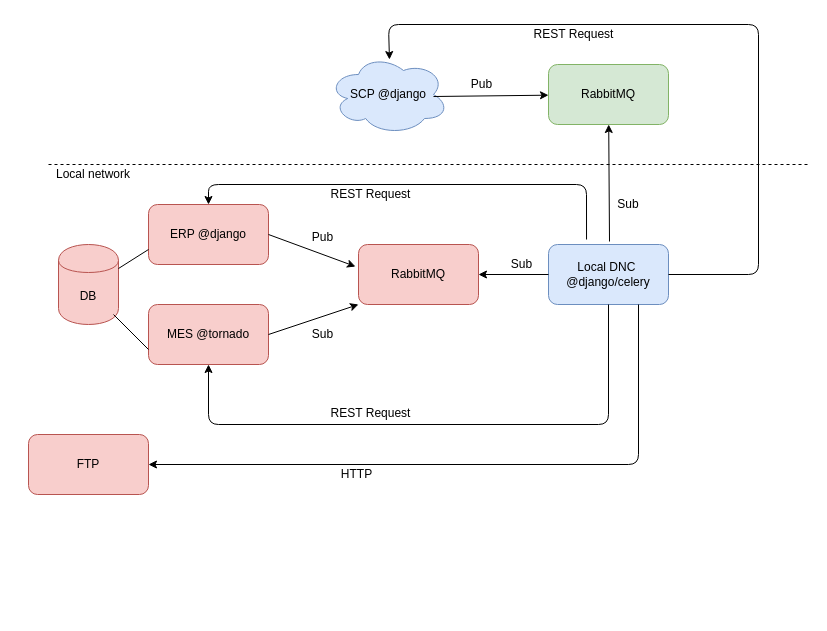
Before: cloud-local.drawio in sf-test/org-repo, a draw.io diagram. Source tidied: cells renumbered, new cells numbered last; positions are measured from the earlier drawing's top-left corner, leaving out a move shared by most shapes. Both pictures are drawn from the tidied source at 100%, with x=0, y=0 at pixel (28, 24).
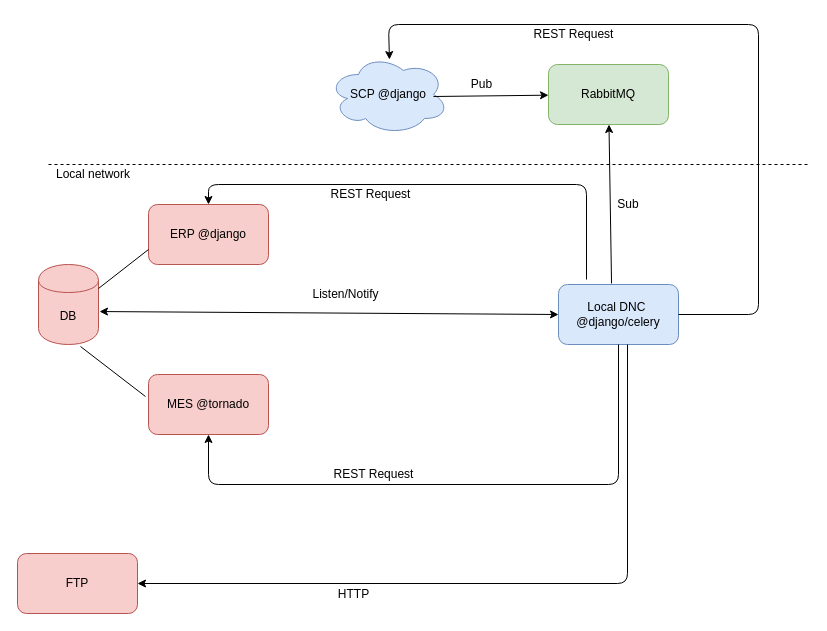
The same diagram, later.

Unchanged cells that the change refers to:
```xml
<mxCell id="4" value="SCP @django" style="ellipse;shape=cloud;whiteSpace=wrap;html=1;fillColor=#dae8fc;strokeColor=#6c8ebf;" parent="1" vertex="1">
  <mxGeometry x="300" y="30" width="120" height="80" as="geometry" />
</mxCell>
<mxCell id="5" value="RabbitMQ" style="rounded=1;whiteSpace=wrap;html=1;fillColor=#d5e8d4;strokeColor=#82b366;" parent="1" vertex="1">
  <mxGeometry x="520" y="40" width="120" height="60" as="geometry" />
</mxCell>
<mxCell id="6" value="ERP @django" style="rounded=1;whiteSpace=wrap;html=1;fillColor=#f8cecc;strokeColor=#b85450;" parent="1" vertex="1">
  <mxGeometry x="120" y="180" width="120" height="60" as="geometry" />
</mxCell>
```

Change to the diagram source:
```diff
@@
     <mxCell id="7" value="MES @tornado" style="rounded=1;whiteSpace=wrap;html=1;fillColor=#f8cecc;strokeColor=#b85450;" parent="1" vertex="1">
-      <mxGeometry x="120" y="280" width="120" height="60" as="geometry" />
+      <mxGeometry x="120" y="350" width="120" height="60" as="geometry" />
     </mxCell>
     <mxCell id="8" value="DB" style="shape=cylinder;whiteSpace=wrap;html=1;boundedLbl=1;backgroundOutline=1;fillColor=#f8cecc;strokeColor=#b85450;" parent="1" vertex="1">
-      <mxGeometry x="30" y="220" width="60" height="80" as="geometry" />
+      <mxGeometry x="10" y="240" width="60" height="80" as="geometry" />
     </mxCell>
@@
-    <mxCell id="10" style="endArrow=none;html=1;exitX=0;exitY=0.75;exitDx=0;exitDy=0;" parent="1" edge="1" source="7">
-      <mxGeometry relative="1" as="geometry">
-        <mxPoint x="85" y="290" as="targetPoint" />
-      </mxGeometry>
-    </mxCell>
     <mxCell id="11" value="Local DNC&amp;nbsp; @django/celery" style="rounded=1;whiteSpace=wrap;html=1;fillColor=#dae8fc;strokeColor=#6c8ebf;" parent="1" vertex="1">
-      <mxGeometry x="520" y="220" width="120" height="60" as="geometry" />
+      <mxGeometry x="530" y="260" width="120" height="60" as="geometry" />
     </mxCell>
-    <mxCell id="12" value="RabbitMQ" style="rounded=1;whiteSpace=wrap;html=1;fillColor=#f8cecc;strokeColor=#b85450;" parent="1" vertex="1">
-      <mxGeometry x="330" y="220" width="120" height="60" as="geometry" />
-    </mxCell>
-    <mxCell id="13" style="endArrow=classic;html=1;entryX=-0.025;entryY=0.367;entryDx=0;entryDy=0;entryPerimeter=0;" parent="1" edge="1" target="12">
-      <mxGeometry relative="1" as="geometry">
-        <mxPoint x="240" y="210" as="sourcePoint" />
-      </mxGeometry>
-    </mxCell>
-    <mxCell id="14" value="Pub" style="text;html=1;align=center;verticalAlign=middle;" parent="1" vertex="1">
-      <mxGeometry x="274" y="203" width="40" height="20" as="geometry" />
-    </mxCell>
-    <mxCell id="15" value="Sub" style="text;html=1;align=center;verticalAlign=middle;" parent="1" vertex="1">
-      <mxGeometry x="274" y="300" width="40" height="20" as="geometry" />
+    <mxCell id="15" value="Listen/Notify" style="text;html=1;align=center;verticalAlign=middle;" parent="1" vertex="1">
+      <mxGeometry x="272" y="260" width="90" height="20" as="geometry" />
     </mxCell>
@@
-    <mxCell id="19" style="endArrow=classic;html=1;" parent="1" edge="1" target="5">
-      <mxGeometry relative="1" as="geometry">
-        <mxPoint x="581" y="217" as="sourcePoint" />
-      </mxGeometry>
+    <mxCell id="19" style="endArrow=classic;html=1;exitX=0.442;exitY=-0.017;exitDx=0;exitDy=0;exitPerimeter=0;" parent="1" edge="1" source="11" target="5">
+      <mxGeometry relative="1" as="geometry" />
     </mxCell>
-    <mxCell id="20" style="endArrow=classic;html=1;entryX=0;entryY=1;entryDx=0;entryDy=0;exitX=1;exitY=0.5;exitDx=0;exitDy=0;" parent="1" edge="1" source="7" target="12">
-      <mxGeometry relative="1" as="geometry" />
-    </mxCell>
-    <mxCell id="21" style="endArrow=classic;html=1;entryX=1;entryY=0.5;entryDx=0;entryDy=0;exitX=0;exitY=0.5;exitDx=0;exitDy=0;" parent="1" edge="1" source="11" target="12">
-      <mxGeometry relative="1" as="geometry" />
-    </mxCell>
-    <mxCell id="22" value="Sub" style="text;html=1;align=center;verticalAlign=middle;" parent="1" vertex="1">
-      <mxGeometry x="473" y="230" width="40" height="20" as="geometry" />
-    </mxCell>
-    <mxCell id="23" style="endArrow=classic;html=1;exitX=0.5;exitY=1;exitDx=0;exitDy=0;entryX=0.5;entryY=1;entryDx=0;entryDy=0;" parent="1" edge="1" source="11" target="7">
+    <mxCell id="23" style="endArrow=classic;html=1;entryX=0.5;entryY=1;entryDx=0;entryDy=0;" parent="1" edge="1" target="7">
       <mxGeometry relative="1" as="geometry">
+        <mxPoint x="590" y="320" as="sourcePoint" />
         <Array as="points">
-          <mxPoint x="580" y="400" />
-          <mxPoint x="180" y="400" />
+          <mxPoint x="590" y="460" />
+          <mxPoint x="180" y="460" />
         </Array>
       </mxGeometry>
     </mxCell>
     <mxCell id="24" value="REST Request" style="text;html=1;align=center;verticalAlign=middle;" parent="1" vertex="1">
-      <mxGeometry x="297" y="379" width="90" height="20" as="geometry" />
+      <mxGeometry x="300" y="440" width="90" height="20" as="geometry" />
     </mxCell>
-    <mxCell id="25" style="endArrow=classic;html=1;exitX=0.317;exitY=-0.083;exitDx=0;exitDy=0;exitPerimeter=0;entryX=0.5;entryY=0;entryDx=0;entryDy=0;" parent="1" edge="1" source="11" target="6">
+    <mxCell id="25" style="endArrow=classic;html=1;entryX=0.5;entryY=0;entryDx=0;entryDy=0;" parent="1" edge="1" target="6">
       <mxGeometry relative="1" as="geometry">
+        <mxPoint x="558" y="255" as="sourcePoint" />
         <Array as="points">
           <mxPoint x="558" y="160" />
           <mxPoint x="180" y="160" />
         </Array>
       </mxGeometry>
     </mxCell>
@@
     <mxCell id="27" style="endArrow=classic;html=1;exitX=1;exitY=0.5;exitDx=0;exitDy=0;entryX=0.508;entryY=0.063;entryDx=0;entryDy=0;entryPerimeter=0;" parent="1" edge="1" source="11" target="4">
       <mxGeometry relative="1" as="geometry">
         <Array as="points">
-          <mxPoint x="730" y="250" />
+          <mxPoint x="730" y="290" />
           <mxPoint x="730" />
           <mxPoint x="360" />
         </Array>
       </mxGeometry>
     </mxCell>
@@
     <mxCell id="29" value="FTP" style="rounded=1;whiteSpace=wrap;html=1;fillColor=#f8cecc;strokeColor=#b85450;" parent="1" vertex="1">
-      <mxGeometry y="410" width="120" height="60" as="geometry" />
+      <mxGeometry x="-11" y="529" width="120" height="60" as="geometry" />
     </mxCell>
-    <mxCell id="30" style="endArrow=classic;html=1;exitX=0.75;exitY=1;exitDx=0;exitDy=0;entryX=1;entryY=0.5;entryDx=0;entryDy=0;" parent="1" edge="1" source="11" target="29">
+    <mxCell id="30" style="endArrow=classic;html=1;entryX=1;entryY=0.5;entryDx=0;entryDy=0;" parent="1" edge="1" target="29">
       <mxGeometry relative="1" as="geometry">
+        <mxPoint x="599" y="320" as="sourcePoint" />
         <Array as="points">
-          <mxPoint x="610" y="440" />
+          <mxPoint x="599" y="559" />
         </Array>
       </mxGeometry>
     </mxCell>
     <mxCell id="31" value="HTTP" style="text;html=1;align=center;verticalAlign=middle;" parent="1" vertex="1">
-      <mxGeometry x="303" y="440" width="50" height="20" as="geometry" />
+      <mxGeometry x="300" y="560" width="50" height="20" as="geometry" />
     </mxCell>
+    <mxCell id="32" style="endArrow=none;html=1;entryX=-0.025;entryY=0.367;entryDx=0;entryDy=0;entryPerimeter=0;exitX=0.7;exitY=1.025;exitDx=0;exitDy=0;exitPerimeter=0;" parent="1" edge="1" source="8" target="7">
+      <mxGeometry relative="1" as="geometry" />
+    </mxCell>
+    <mxCell id="33" style="endArrow=classic;startArrow=classic;html=1;exitX=1.017;exitY=0.588;exitDx=0;exitDy=0;entryX=0;entryY=0.5;entryDx=0;entryDy=0;exitPerimeter=0;" parent="1" edge="1" source="8" target="11">
+      <mxGeometry relative="1" as="geometry" />
+    </mxCell>
```
